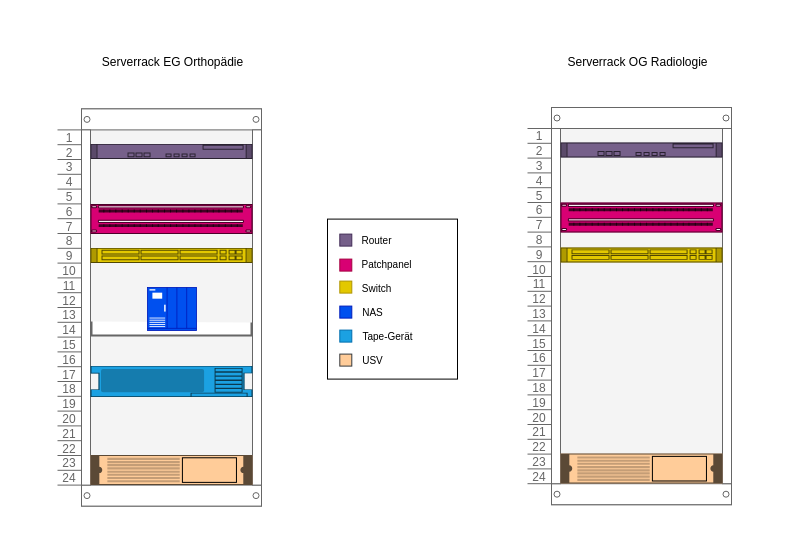
Before: Serverracks.drawio in NikoKaufi/Schule-CPT, a draw.io diagram. Source tidied: cells renumbered, new cells numbered last; positions are measured from the earlier drawing's top-left corner, leaving out a move shared by most shapes. Both pictures are drawn from the tidied source at 100%, with x=0, y=0 at pixel (17, 17).
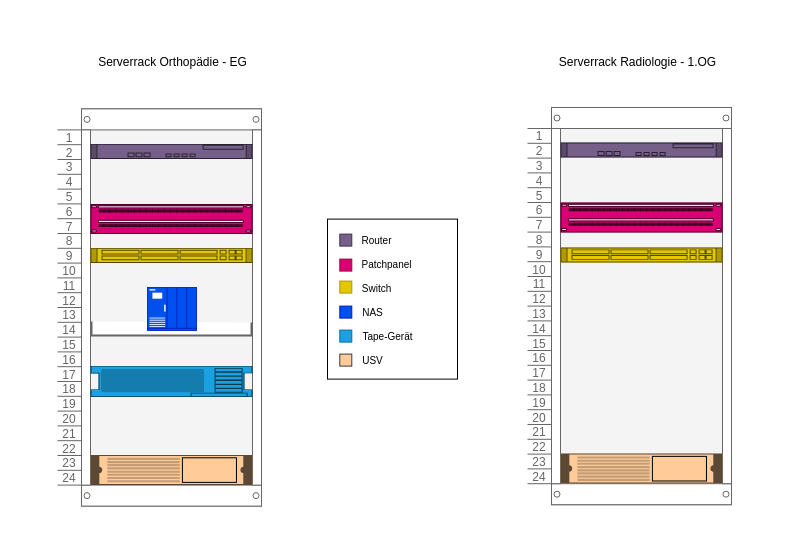
The same diagram, later.

Change to the diagram source:
```diff
@@
-    <mxCell id="2" style="rounded=0;whiteSpace=wrap;html=1;fillColor=default;strokeColor=none;" parent="1" vertex="1">
-      <mxGeometry width="760" height="520" as="geometry" />
-    </mxCell>
@@
-    <mxCell id="24" value="Serverrack EG Orthopädie" style="text;html=1;align=center;verticalAlign=middle;strokeColor=none;fillColor=none;" parent="1" vertex="1">
-      <mxGeometry x="74.5" y="30" width="160" height="30" as="geometry" />
+    <mxCell id="24" value="Serverrack Orthopädie - EG" style="text;html=1;align=center;verticalAlign=middle;strokeColor=none;fillColor=none;" parent="1" vertex="1">
+      <mxGeometry x="69.5" y="30" width="170" height="30" as="geometry" />
     </mxCell>
@@
-    <mxCell id="30" value="Serverrack OG Radiologie" style="text;html=1;align=center;verticalAlign=middle;strokeColor=none;fillColor=none;" parent="1" vertex="1">
-      <mxGeometry x="540" y="30" width="160" height="30" as="geometry" />
+    <mxCell id="30" value="Serverrack Radiologie - 1.OG" style="text;html=1;align=center;verticalAlign=middle;strokeColor=none;fillColor=none;" parent="1" vertex="1">
+      <mxGeometry x="530" y="30" width="180" height="30" as="geometry" />
     </mxCell>
```
